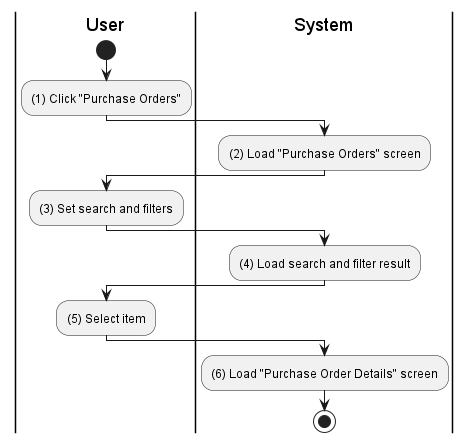
Above: activities/purchase-order-view.png in phihungha/scmss-reqs (PlantUML), before the change.
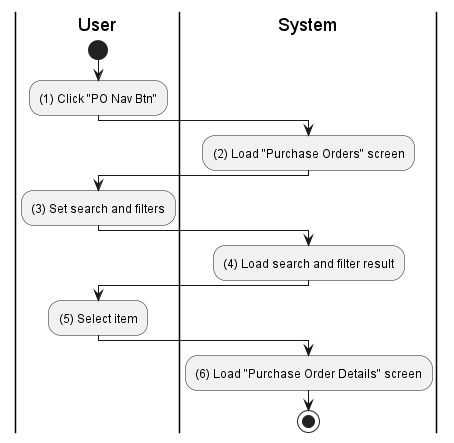
The same diagram one commit later.

The edit, as a diff of the source:
```diff
@@ -4,7 +4,7 @@
 
 |u|
 start
-:(1) Click "Purchase Orders";
+:(1) Click "PO Nav Btn";
 
 |s|
 :(2) Load "Purchase Orders" screen;
```
